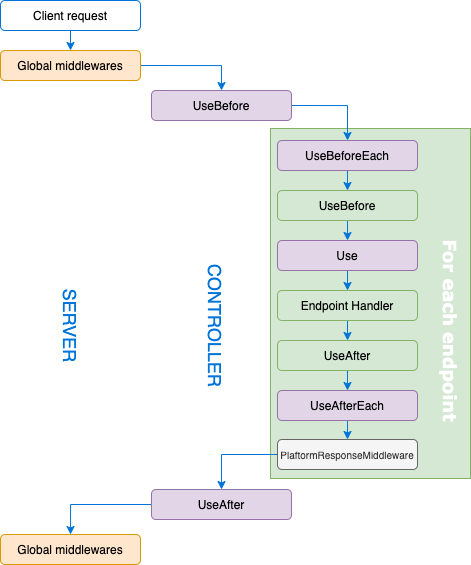
tsedio/tsed keeps this draw.io diagram as docs/assets/middleware-in-sequence.png. Above is the earlier version. Source tidied: cells renumbered, new cells last; positions are measured from the earlier drawing's top-left corner, leaving out a move shared by most shapes.
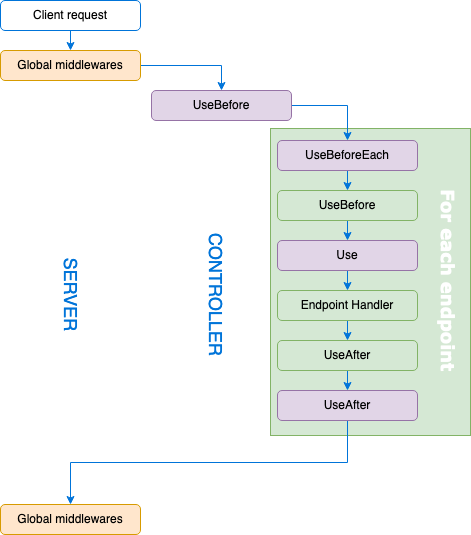
The same diagram one commit later.

Diff of the diagram source:
```diff
@@ -3,7 +3,7 @@
     <mxCell id="0" />
     <mxCell id="1" parent="0" />
     <mxCell id="2" style="rounded=0;whiteSpace=wrap;html=1;fillColor=#d5e8d4;strokeColor=#82b366;" parent="1" vertex="1">
-      <mxGeometry x="270" y="128" width="200" height="350" as="geometry" />
+      <mxGeometry x="270" y="128" width="200" height="307" as="geometry" />
     </mxCell>
     <mxCell id="3" style="edgeStyle=orthogonalEdgeStyle;rounded=0;jettySize=auto;html=1;exitX=0.5;exitY=1;exitDx=0;exitDy=0;entryX=0.5;entryY=0;entryDx=0;entryDy=0;strokeColor=#0074d9;" parent="1" edge="1" source="4" target="8">
       <mxGeometry relative="1" as="geometry" />
@@ -47,41 +47,32 @@
     <mxCell id="16" value="Endpoint Handler" style="rounded=1;whiteSpace=wrap;html=1;strokeColor=#82b366;fillColor=#d5e8d4;fontFamily=Helvetica;" parent="1" vertex="1">
       <mxGeometry x="277" y="290" width="140" height="30" as="geometry" />
     </mxCell>
-    <mxCell id="17" style="edgeStyle=orthogonalEdgeStyle;rounded=0;jettySize=auto;html=1;exitX=0.5;exitY=1;exitDx=0;exitDy=0;entryX=0.5;entryY=0;entryDx=0;entryDy=0;strokeColor=#0074D9;" parent="1" edge="1" source="18" target="20">
+    <mxCell id="17" style="edgeStyle=orthogonalEdgeStyle;rounded=0;jettySize=auto;html=1;exitX=0.5;exitY=1;exitDx=0;exitDy=0;entryX=0.5;entryY=0;entryDx=0;entryDy=0;strokeColor=#0074D9;" parent="1" edge="1" source="18" target="22">
       <mxGeometry relative="1" as="geometry" />
     </mxCell>
     <mxCell id="18" value="UseAfter" style="rounded=1;whiteSpace=wrap;html=1;strokeColor=#82b366;fillColor=#d5e8d4;fontFamily=Helvetica;" parent="1" vertex="1">
       <mxGeometry x="277" y="340" width="140" height="30" as="geometry" />
     </mxCell>
-    <mxCell id="19" style="edgeStyle=orthogonalEdgeStyle;rounded=0;jettySize=auto;html=1;exitX=0.5;exitY=1;exitDx=0;exitDy=0;entryX=0.5;entryY=0;entryDx=0;entryDy=0;strokeColor=#0074D9;" parent="1" edge="1" source="20" target="24">
-      <mxGeometry relative="1" as="geometry" />
-    </mxCell>
-    <mxCell id="20" value="UseAfterEach" style="rounded=1;whiteSpace=wrap;html=1;strokeColor=#9673a6;fillColor=#e1d5e7;fontFamily=Helvetica;" parent="1" vertex="1">
-      <mxGeometry x="277" y="390" width="140" height="30" as="geometry" />
-    </mxCell>
-    <mxCell id="21" style="edgeStyle=orthogonalEdgeStyle;rounded=0;jettySize=auto;html=1;exitX=0;exitY=0.5;exitDx=0;exitDy=0;entryX=0.5;entryY=0;entryDx=0;entryDy=0;strokeColor=#0074D9;" parent="1" edge="1" source="22" target="25">
+    <mxCell id="21" style="edgeStyle=orthogonalEdgeStyle;rounded=0;jettySize=auto;html=1;exitX=0.5;exitY=1;exitDx=0;exitDy=0;entryX=0.5;entryY=0;entryDx=0;entryDy=0;strokeColor=#0074D9;" parent="1" edge="1" source="22" target="25">
       <mxGeometry relative="1" as="geometry" />
     </mxCell>
     <mxCell id="22" value="&lt;div&gt;UseAfter&lt;/div&gt;" style="rounded=1;whiteSpace=wrap;html=1;strokeColor=#9673a6;fillColor=#e1d5e7;fontFamily=Helvetica;" parent="1" vertex="1">
-      <mxGeometry x="151" y="489" width="140" height="30" as="geometry" />
+      <mxGeometry x="277" y="390" width="140" height="30" as="geometry" />
     </mxCell>
-    <mxCell id="23" style="edgeStyle=orthogonalEdgeStyle;rounded=0;jettySize=auto;html=1;exitX=0;exitY=0.5;exitDx=0;exitDy=0;entryX=0.5;entryY=0;entryDx=0;entryDy=0;strokeColor=#0074D9;" parent="1" edge="1" source="24" target="22">
-      <mxGeometry relative="1" as="geometry" />
-    </mxCell>
-    <mxCell id="24" value="&lt;font style=&quot;font-size: 10px&quot;&gt;PlaftormResponseMiddleware&lt;/font&gt;" style="rounded=1;whiteSpace=wrap;html=1;strokeColor=#666666;fontFamily=Helvetica;fillColor=#f5f5f5;fontColor=#333333;" parent="1" vertex="1">
-      <mxGeometry x="277" y="439" width="140" height="30" as="geometry" />
-    </mxCell>
     <mxCell id="25" value="Global middlewares" style="rounded=1;whiteSpace=wrap;html=1;strokeColor=#d79b00;fillColor=#ffe6cc;fontFamily=Helvetica;" parent="1" vertex="1">
-      <mxGeometry y="534" width="140" height="30" as="geometry" />
+      <mxGeometry y="504" width="140" height="30" as="geometry" />
     </mxCell>
     <mxCell id="26" value="&lt;font style=&quot;font-size: 18px&quot; color=&quot;#0074D9&quot;&gt;SERVER&lt;/font&gt;" style="text;html=1;align=center;verticalAlign=middle;rotation=90;" parent="1" vertex="1">
-      <mxGeometry x="25" y="315" width="90" height="20" as="geometry" />
+      <mxGeometry x="25" y="284" width="90" height="20" as="geometry" />
     </mxCell>
     <mxCell id="27" value="&lt;font style=&quot;font-size: 18px&quot; color=&quot;#0074D9&quot;&gt;CONTROLLER&lt;/font&gt;" style="text;html=1;align=center;verticalAlign=middle;rotation=90;" parent="1" vertex="1">
-      <mxGeometry x="145" y="315" width="140" height="20" as="geometry" />
+      <mxGeometry x="145" y="284" width="140" height="20" as="geometry" />
     </mxCell>
     <mxCell id="28" value="&lt;font style=&quot;font-size: 18px&quot; face=&quot;Verdana&quot; color=&quot;#FFFFFF&quot;&gt;&lt;b&gt;For each endpoint&lt;/b&gt;&lt;/font&gt;" style="text;html=1;align=center;verticalAlign=middle;rotation=90;" parent="1" vertex="1">
-      <mxGeometry x="350" y="320" width="200" height="20" as="geometry" />
+      <mxGeometry x="350" y="270" width="200" height="20" as="geometry" />
     </mxCell>
+    <mxCell id="29" style="edgeStyle=orthogonalEdgeStyle;rounded=0;orthogonalLoop=1;jettySize=auto;html=1;exitX=0.5;exitY=1;exitDx=0;exitDy=0;" parent="1" edge="1" source="2" target="2">
+      <mxGeometry relative="1" as="geometry" />
+    </mxCell>
   </root>
 </mxGraphModel>
```
